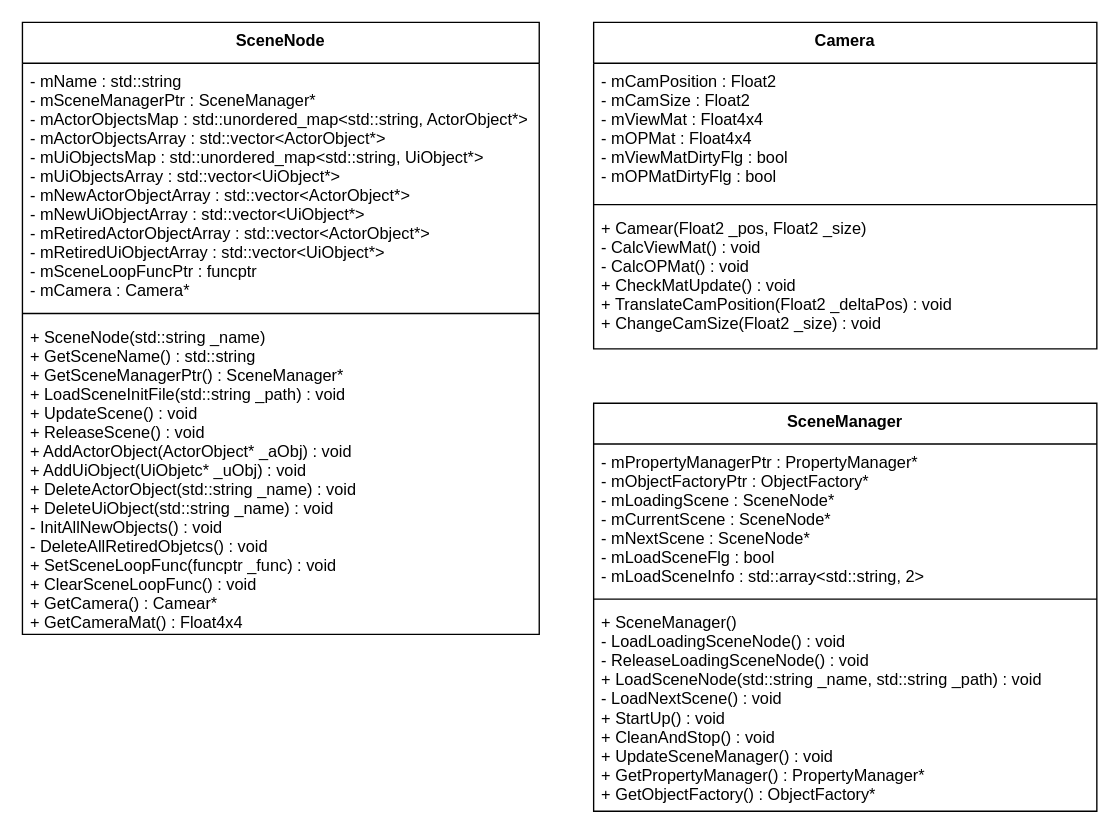
Above: page "scene" (6 of 7) of MyNinDesign.drawio in HIBICUS-CAI/NinAtHome_OpenGL (draw.io), before the change. Source tidied: cells renumbered, new cells numbered last; positions are measured from the earlier drawing's top-left corner, leaving out a move shared by most shapes. Both pictures are drawn from the tidied source at 136%, with x=0, y=0 at pixel (22, 22).
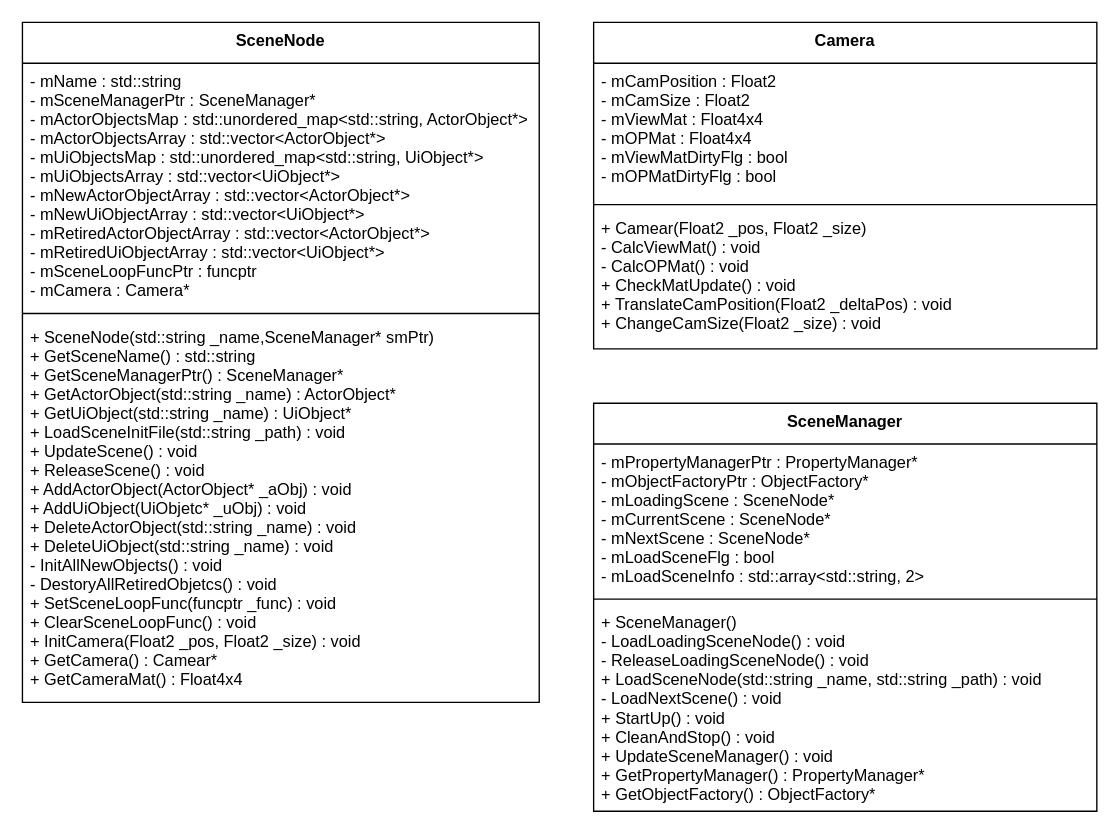
After the change.

Commit message (it also covers changes not shown here):
basic defination of SCENENODE done

Diff of the diagram source:
```diff
@@
 <mxGraphModel>
   <root>
     <mxCell id="0" />
     <mxCell id="1" parent="0" />
     <mxCell id="2" value="SceneNode" style="swimlane;fontStyle=1;align=center;verticalAlign=top;horizontal=1;startSize=30;" parent="1" vertex="1">
-      <mxGeometry width="380" height="450" as="geometry" />
+      <mxGeometry width="380" height="500" as="geometry" />
     </mxCell>
     <mxCell id="3" value="- mName : std::string&#10;- mSceneManagerPtr : SceneManager*&#10;- mActorObjectsMap : std::unordered_map&lt;std::string, ActorObject*&gt;&#10;- mActorObjectsArray : std::vector&lt;ActorObject*&gt;&#10;- mUiObjectsMap : std::unordered_map&lt;std::string, UiObject*&gt;&#10;- mUiObjectsArray : std::vector&lt;UiObject*&gt;&#10;- mNewActorObjectArray : std::vector&lt;ActorObject*&gt;&#10;- mNewUiObjectArray : std::vector&lt;UiObject*&gt;&#10;- mRetiredActorObjectArray : std::vector&lt;ActorObject*&gt;&#10;- mRetiredUiObjectArray : std::vector&lt;UiObject*&gt;&#10;- mSceneLoopFuncPtr : funcptr&#10;- mCamera : Camera*" style="text;strokeColor=none;fillColor=none;align=left;verticalAlign=top;spacingLeft=4;spacingRight=4;overflow=hidden;" parent="2" vertex="1">
       <mxGeometry y="30" width="380" height="180" as="geometry" />
     </mxCell>
     <mxCell id="4" style="line;strokeWidth=1;fillColor=none;align=left;verticalAlign=middle;spacingTop=-1;spacingLeft=3;spacingRight=3;labelPosition=right;" parent="2" vertex="1">
       <mxGeometry y="210" width="380" height="8" as="geometry" />
     </mxCell>
-    <mxCell id="5" value="+ SceneNode(std::string _name)&#10;+ GetSceneName() : std::string&#10;+ GetSceneManagerPtr() : SceneManager*&#10;+ LoadSceneInitFile(std::string _path) : void&#10;+ UpdateScene() : void&#10;+ ReleaseScene() : void&#10;+ AddActorObject(ActorObject* _aObj) : void&#10;+ AddUiObject(UiObjetc* _uObj) : void&#10;+ DeleteActorObject(std::string _name) : void&#10;+ DeleteUiObject(std::string _name) : void&#10;- InitAllNewObjects() : void&#10;- DeleteAllRetiredObjetcs() : void&#10;+ SetSceneLoopFunc(funcptr _func) : void&#10;+ ClearSceneLoopFunc() : void&#10;+ GetCamera() : Camear*&#10;+ GetCameraMat() : Float4x4" style="text;strokeColor=none;fillColor=none;align=left;verticalAlign=top;spacingLeft=4;spacingRight=4;overflow=hidden;" parent="2" vertex="1">
-      <mxGeometry y="218" width="380" height="232" as="geometry" />
+    <mxCell id="5" value="+ SceneNode(std::string _name,SceneManager* smPtr)&#10;+ GetSceneName() : std::string&#10;+ GetSceneManagerPtr() : SceneManager*&#10;+ GetActorObject(std::string _name) : ActorObject*&#10;+ GetUiObject(std::string _name) : UiObject*&#10;+ LoadSceneInitFile(std::string _path) : void&#10;+ UpdateScene() : void&#10;+ ReleaseScene() : void&#10;+ AddActorObject(ActorObject* _aObj) : void&#10;+ AddUiObject(UiObjetc* _uObj) : void&#10;+ DeleteActorObject(std::string _name) : void&#10;+ DeleteUiObject(std::string _name) : void&#10;- InitAllNewObjects() : void&#10;- DestoryAllRetiredObjetcs() : void&#10;+ SetSceneLoopFunc(funcptr _func) : void&#10;+ ClearSceneLoopFunc() : void&#10;+ InitCamera(Float2 _pos, Float2 _size) : void&#10;+ GetCamera() : Camear*&#10;+ GetCameraMat() : Float4x4" style="text;strokeColor=none;fillColor=none;align=left;verticalAlign=top;spacingLeft=4;spacingRight=4;overflow=hidden;" parent="2" vertex="1">
+      <mxGeometry y="218" width="380" height="282" as="geometry" />
     </mxCell>
     <mxCell id="6" value="Camera" style="swimlane;fontStyle=1;align=center;verticalAlign=top;horizontal=1;startSize=30;" parent="1" vertex="1">
       <mxGeometry x="420" width="370" height="240" as="geometry" />
     </mxCell>
     <mxCell id="7" value="- mCamPosition : Float2&#10;- mCamSize : Float2&#10;- mViewMat : Float4x4&#10;- mOPMat : Float4x4&#10;- mViewMatDirtyFlg : bool&#10;- mOPMatDirtyFlg : bool" style="text;strokeColor=none;fillColor=none;align=left;verticalAlign=top;spacingLeft=4;spacingRight=4;overflow=hidden;" parent="6" vertex="1">
       <mxGeometry y="30" width="370" height="100" as="geometry" />
     </mxCell>
     <mxCell id="8" style="line;strokeWidth=1;fillColor=none;align=left;verticalAlign=middle;spacingTop=-1;spacingLeft=3;spacingRight=3;labelPosition=right;" parent="6" vertex="1">
       <mxGeometry y="130" width="370" height="8" as="geometry" />
     </mxCell>
     <mxCell id="9" value="+ Camear(Float2 _pos, Float2 _size)&#10;- CalcViewMat() : void&#10;- CalcOPMat() : void&#10;+ CheckMatUpdate() : void&#10;+ TranslateCamPosition(Float2 _deltaPos) : void&#10;+ ChangeCamSize(Float2 _size) : void" style="text;strokeColor=none;fillColor=none;align=left;verticalAlign=top;spacingLeft=4;spacingRight=4;overflow=hidden;" parent="6" vertex="1">
       <mxGeometry y="138" width="370" height="102" as="geometry" />
     </mxCell>
     <mxCell id="10" value="SceneManager" style="swimlane;fontStyle=1;align=center;verticalAlign=top;horizontal=1;startSize=30;" parent="1" vertex="1">
       <mxGeometry x="420" y="280" width="370" height="300" as="geometry" />
     </mxCell>
     <mxCell id="11" value="- mPropertyManagerPtr : PropertyManager*&#10;- mObjectFactoryPtr : ObjectFactory*&#10;- mLoadingScene : SceneNode*&#10;- mCurrentScene : SceneNode*&#10;- mNextScene : SceneNode*&#10;- mLoadSceneFlg : bool&#10;- mLoadSceneInfo : std::array&lt;std::string, 2&gt;" style="text;strokeColor=none;fillColor=none;align=left;verticalAlign=top;spacingLeft=4;spacingRight=4;overflow=hidden;" parent="10" vertex="1">
       <mxGeometry y="30" width="370" height="110" as="geometry" />
     </mxCell>
     <mxCell id="12" style="line;strokeWidth=1;fillColor=none;align=left;verticalAlign=middle;spacingTop=-1;spacingLeft=3;spacingRight=3;labelPosition=right;" parent="10" vertex="1">
       <mxGeometry y="140" width="370" height="8" as="geometry" />
     </mxCell>
     <mxCell id="13" value="+ SceneManager()&#10;- LoadLoadingSceneNode() : void&#10;- ReleaseLoadingSceneNode() : void&#10;+ LoadSceneNode(std::string _name, std::string _path) : void&#10;- LoadNextScene() : void&#10;+ StartUp() : void&#10;+ CleanAndStop() : void&#10;+ UpdateSceneManager() : void&#10;+ GetPropertyManager() : PropertyManager*&#10;+ GetObjectFactory() : ObjectFactory*" style="text;strokeColor=none;fillColor=none;align=left;verticalAlign=top;spacingLeft=4;spacingRight=4;overflow=hidden;" parent="10" vertex="1">
       <mxGeometry y="148" width="370" height="152" as="geometry" />
     </mxCell>
   </root>
 </mxGraphModel>
```
